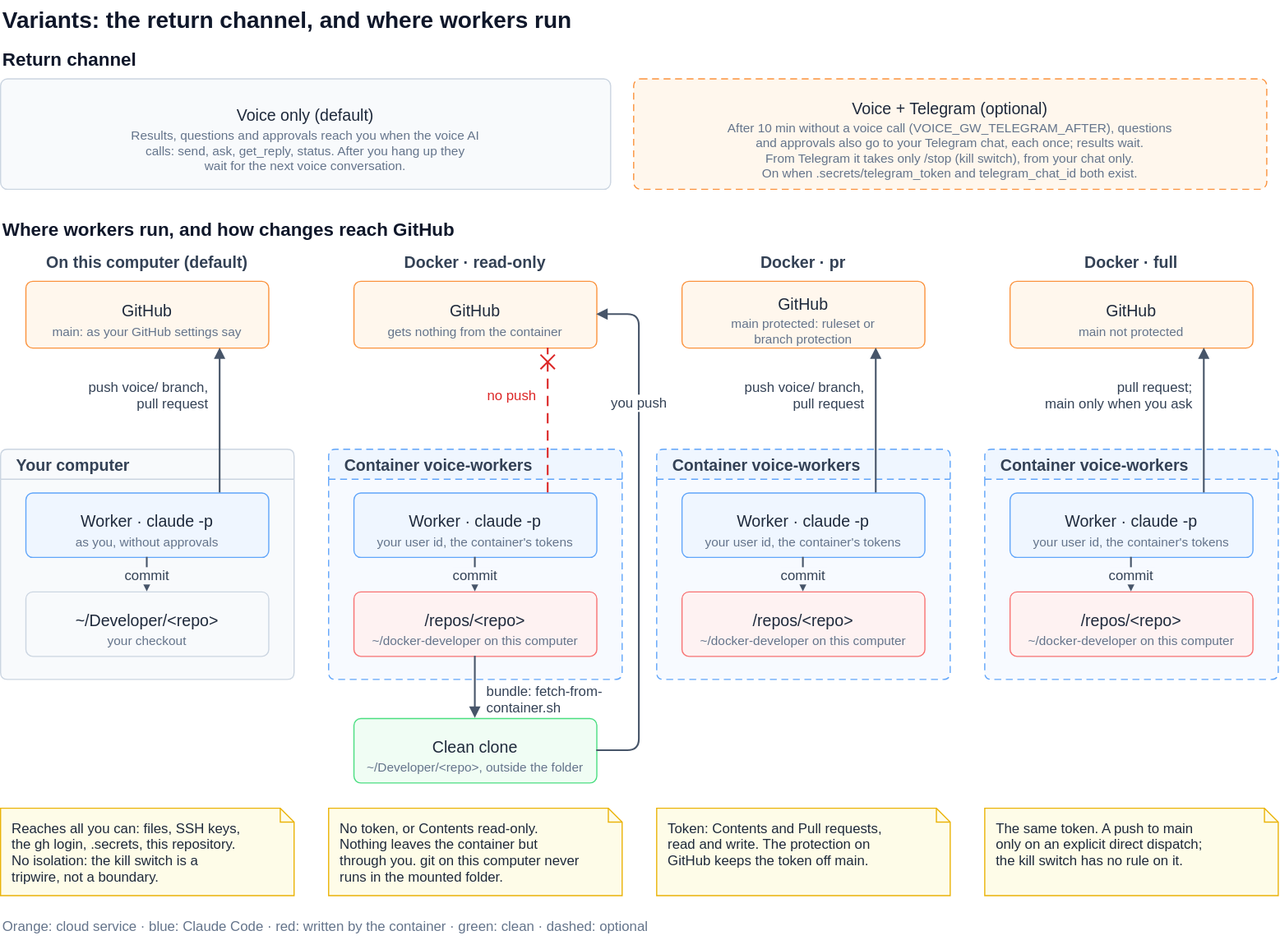
This is docs/variants.drawio.svg from alderg/cc-voice-gateway, a draw.io export, as it was before one commit. Source tidied: cells renumbered, new cells last; positions are measured from the earlier drawing's top-left corner, leaving out a move shared by most shapes.
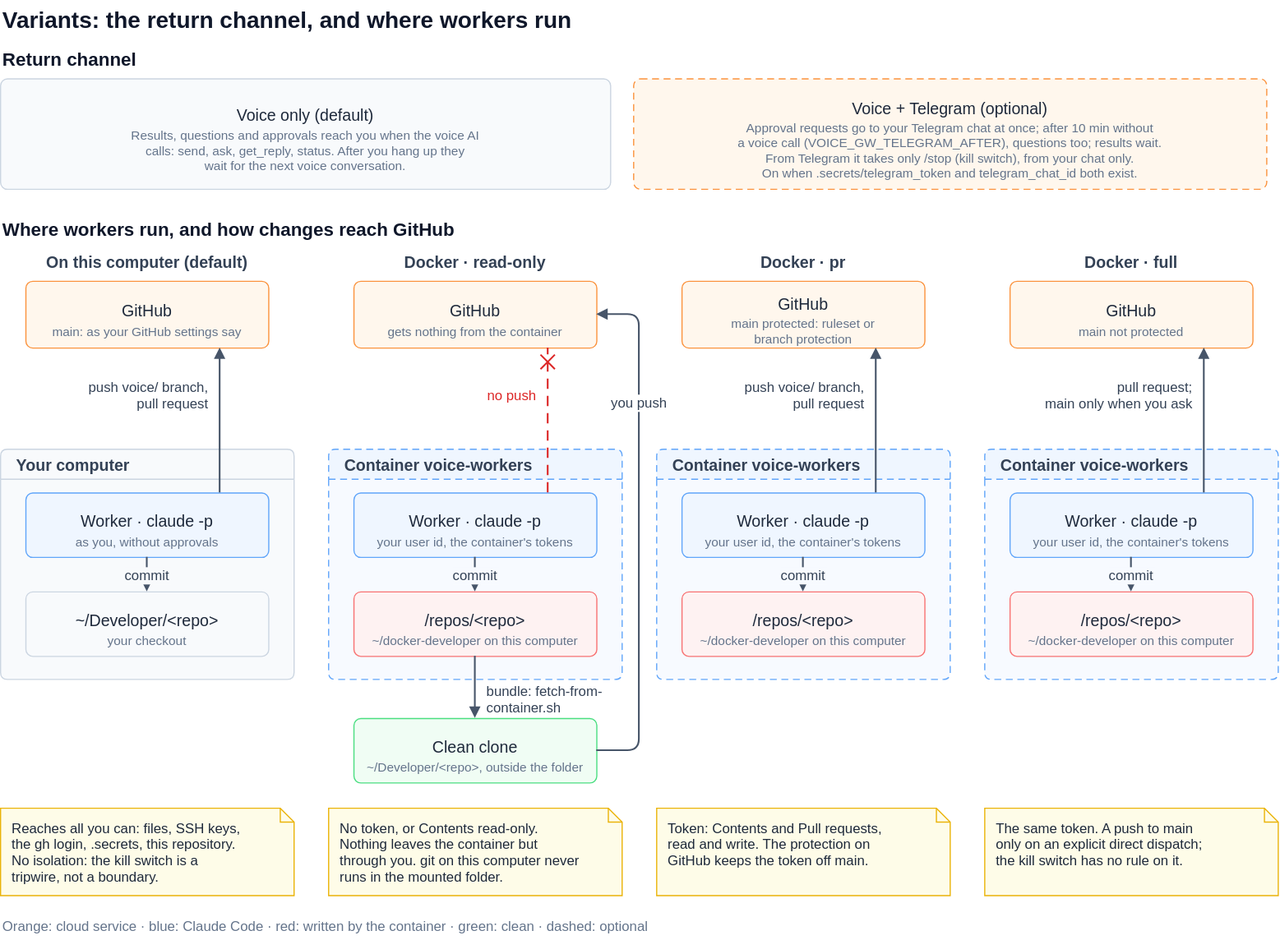
The same diagram one commit later.

Diff of the diagram source:
```diff
@@ -17,7 +17,7 @@
     <mxCell id="6" value="Voice + Telegram (optional)" style="rounded=1;arcSize=12;html=0;fontSize=14;fillColor=#FFF7ED;strokeColor=#FB923C;fontStyle=0;verticalAlign=top;spacingTop=11.1;dashed=1;strokeWidth=1;absoluteArcSize=1;fontColor=#1E293B;dashPattern=6 4;" parent="1" vertex="1">
       <mxGeometry x="550" y="68" width="550" height="96" as="geometry" />
     </mxCell>
-    <mxCell id="7" value="After 10 min without a voice call (VOICE_GW_TELEGRAM_AFTER), questions&#10;and approvals also go to your Telegram chat, each once; results wait.&#10;From Telegram it takes only /stop (kill switch), from your chat only.&#10;On when .secrets/telegram_token and telegram_chat_id both exist." style="text;html=0;fontSize=11;fontColor=#64748B;align=center;verticalAlign=top;spacing=0;spacingLeft=0;strokeColor=none;fillColor=none;" parent="6" vertex="1">
+    <mxCell id="7" value="Approval requests go to your Telegram chat at once; after 10 min without&#10;a voice call (VOICE_GW_TELEGRAM_AFTER), questions too; results wait.&#10;From Telegram it takes only /stop (kill switch), from your chat only.&#10;On when .secrets/telegram_token and telegram_chat_id both exist." style="text;html=0;fontSize=11;fontColor=#64748B;align=center;verticalAlign=top;spacing=0;spacingLeft=0;strokeColor=none;fillColor=none;" parent="6" vertex="1">
       <mxGeometry y="32.1" width="550" height="52.8" as="geometry" />
     </mxCell>
     <mxCell id="8" value="Where workers run, and how changes reach GitHub" style="text;html=0;fontSize=16;align=left;verticalAlign=middle;strokeColor=none;fillColor=none;fontStyle=1;fontColor=#0F172A;labelBackgroundColor=#FFFFFF;" parent="1" vertex="1">
```
